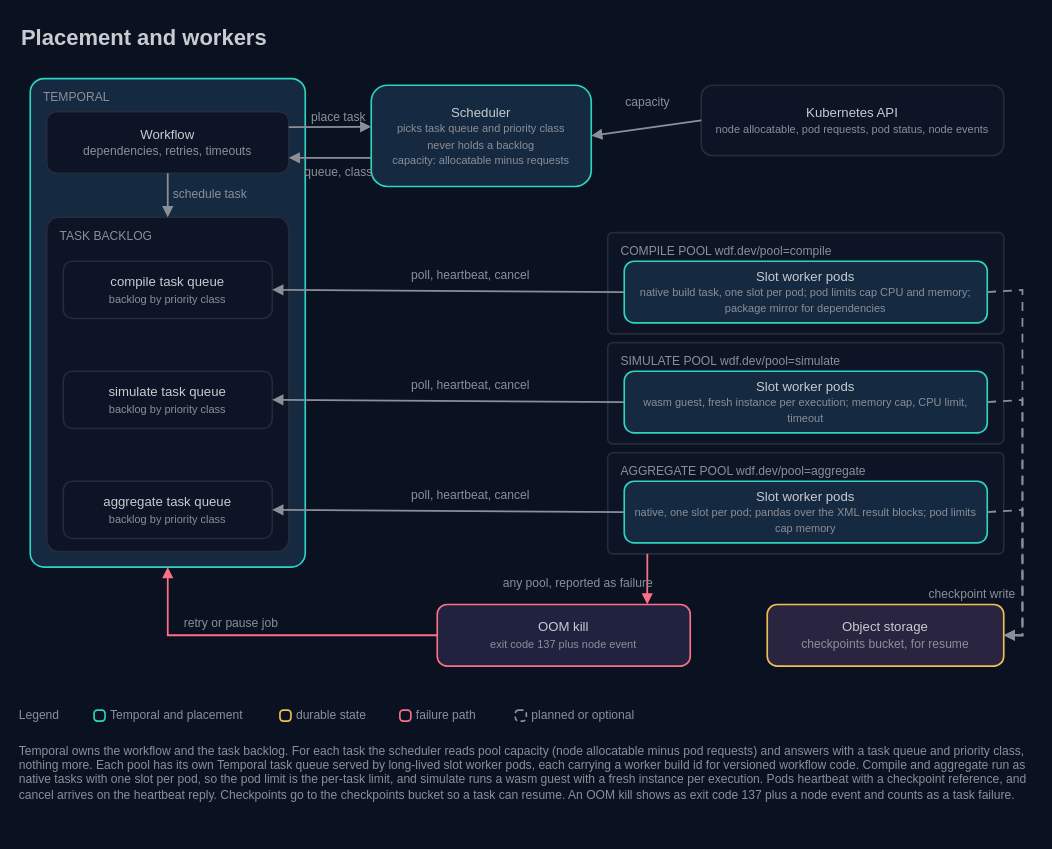
AndoNorth/wasm-dag-forge keeps this draw.io diagram as docs/architecture/11-placement-and-workers.drawio. Above is the earlier version. Source tidied: cells renumbered, new cells numbered last; positions are measured from the earlier drawing's top-left corner, leaving out a move shared by most shapes. Both pictures are drawn from the tidied source at 110%, with x=0, y=0 at pixel (19, 19).
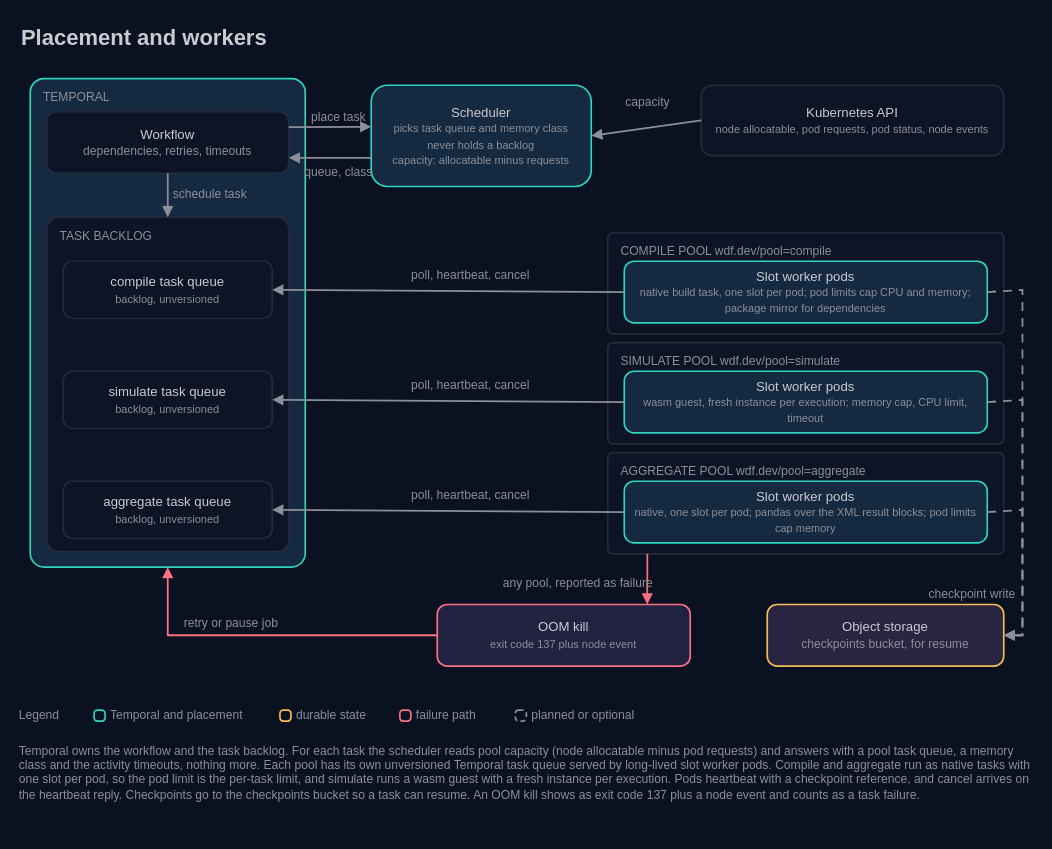
The same diagram, later.

The edit, as a diff of the source:
```diff
@@
-    <mxCell id="8" value="compile task queue&lt;br&gt;&lt;font color=&quot;#8c8f98&quot; style=&quot;font-size:10px&quot;&gt;backlog by priority class&lt;/font&gt;" style="rounded=1;arcSize=16;html=1;whiteSpace=wrap;fillColor=#0c1425;strokeColor=#252b39;strokeWidth=1.5;fontColor=#c9cbd0;fontSize=12;fontFamily=IBM Plex Sans;" parent="1" vertex="1">
+    <mxCell id="8" value="compile task queue&lt;br&gt;&lt;font color=&quot;#8c8f98&quot; style=&quot;font-size:10px&quot;&gt;backlog, unversioned&lt;/font&gt;" style="rounded=1;arcSize=16;html=1;whiteSpace=wrap;fillColor=#0c1425;strokeColor=#252b39;strokeWidth=1.5;fontColor=#c9cbd0;fontSize=12;fontFamily=IBM Plex Sans;" parent="1" vertex="1">
       <mxGeometry x="40" y="220" width="190" height="52" as="geometry" />
     </mxCell>
-    <mxCell id="9" value="simulate task queue&lt;br&gt;&lt;font color=&quot;#8c8f98&quot; style=&quot;font-size:10px&quot;&gt;backlog by priority class&lt;/font&gt;" style="rounded=1;arcSize=16;html=1;whiteSpace=wrap;fillColor=#0c1425;strokeColor=#252b39;strokeWidth=1.5;fontColor=#c9cbd0;fontSize=12;fontFamily=IBM Plex Sans;" parent="1" vertex="1">
+    <mxCell id="9" value="simulate task queue&lt;br&gt;&lt;font color=&quot;#8c8f98&quot; style=&quot;font-size:10px&quot;&gt;backlog, unversioned&lt;/font&gt;" style="rounded=1;arcSize=16;html=1;whiteSpace=wrap;fillColor=#0c1425;strokeColor=#252b39;strokeWidth=1.5;fontColor=#c9cbd0;fontSize=12;fontFamily=IBM Plex Sans;" parent="1" vertex="1">
       <mxGeometry x="40" y="320" width="190" height="52" as="geometry" />
     </mxCell>
-    <mxCell id="10" value="aggregate task queue&lt;br&gt;&lt;font color=&quot;#8c8f98&quot; style=&quot;font-size:10px&quot;&gt;backlog by priority class&lt;/font&gt;" style="rounded=1;arcSize=16;html=1;whiteSpace=wrap;fillColor=#0c1425;strokeColor=#252b39;strokeWidth=1.5;fontColor=#c9cbd0;fontSize=12;fontFamily=IBM Plex Sans;" parent="1" vertex="1">
+    <mxCell id="10" value="aggregate task queue&lt;br&gt;&lt;font color=&quot;#8c8f98&quot; style=&quot;font-size:10px&quot;&gt;backlog, unversioned&lt;/font&gt;" style="rounded=1;arcSize=16;html=1;whiteSpace=wrap;fillColor=#0c1425;strokeColor=#252b39;strokeWidth=1.5;fontColor=#c9cbd0;fontSize=12;fontFamily=IBM Plex Sans;" parent="1" vertex="1">
       <mxGeometry x="40" y="420" width="190" height="52" as="geometry" />
     </mxCell>
-    <mxCell id="11" value="Scheduler&lt;br&gt;&lt;font color=&quot;#8c8f98&quot; style=&quot;font-size:10px&quot;&gt;picks task queue and priority class&lt;br&gt;never holds a backlog&lt;br&gt;capacity: allocatable minus requests&lt;/font&gt;" style="rounded=1;arcSize=16;html=1;whiteSpace=wrap;fillColor=#152940;strokeColor=#2fd4bf;strokeWidth=1.5;fontColor=#c9cbd0;fontSize=12;fontFamily=IBM Plex Sans;" parent="1" vertex="1">
+    <mxCell id="11" value="Scheduler&lt;br&gt;&lt;font color=&quot;#8c8f98&quot; style=&quot;font-size:10px&quot;&gt;picks task queue and memory class&lt;br&gt;never holds a backlog&lt;br&gt;capacity: allocatable minus requests&lt;/font&gt;" style="rounded=1;arcSize=16;html=1;whiteSpace=wrap;fillColor=#152940;strokeColor=#2fd4bf;strokeWidth=1.5;fontColor=#c9cbd0;fontSize=12;fontFamily=IBM Plex Sans;" parent="1" vertex="1">
       <mxGeometry x="320" y="60" width="200" height="92" as="geometry" />
     </mxCell>
@@
-    <mxCell id="55" value="Temporal owns the workflow and the task backlog. For each task the scheduler reads pool capacity (node allocatable minus pod requests) and answers with a task queue and priority class, nothing more. Each pool has its own Temporal task queue served by long-lived slot worker pods, each carrying a worker build id for versioned workflow code. Compile and aggregate run as native tasks with one slot per pod, so the pod limit is the per-task limit, and simulate runs a wasm guest with a fresh instance per execution. Pods heartbeat with a checkpoint reference, and cancel arrives on the heartbeat reply. Checkpoints go to the checkpoints bucket so a task can resume. An OOM kill shows as exit code 137 plus a node event and counts as a task failure." style="text;html=1;strokeColor=none;fillColor=none;align=left;verticalAlign=top;whiteSpace=wrap;fontColor=#8c8f98;fontSize=11;fontFamily=IBM Plex Sans;spacing=0;" parent="1" vertex="1">
+    <mxCell id="55" value="Temporal owns the workflow and the task backlog. For each task the scheduler reads pool capacity (node allocatable minus pod requests) and answers with a pool task queue, a memory class and the activity timeouts, nothing more. Each pool has its own unversioned Temporal task queue served by long-lived slot worker pods. Compile and aggregate run as native tasks with one slot per pod, so the pod limit is the per-task limit, and simulate runs a wasm guest with a fresh instance per execution. Pods heartbeat with a checkpoint reference, and cancel arrives on the heartbeat reply. Checkpoints go to the checkpoints bucket so a task can resume. An OOM kill shows as exit code 137 plus a node event and counts as a task failure." style="text;html=1;strokeColor=none;fillColor=none;align=left;verticalAlign=top;whiteSpace=wrap;fontColor=#8c8f98;fontSize=11;fontFamily=IBM Plex Sans;spacing=0;" parent="1" vertex="1">
       <mxGeometry y="654" width="920" height="84" as="geometry" />
     </mxCell>
```
